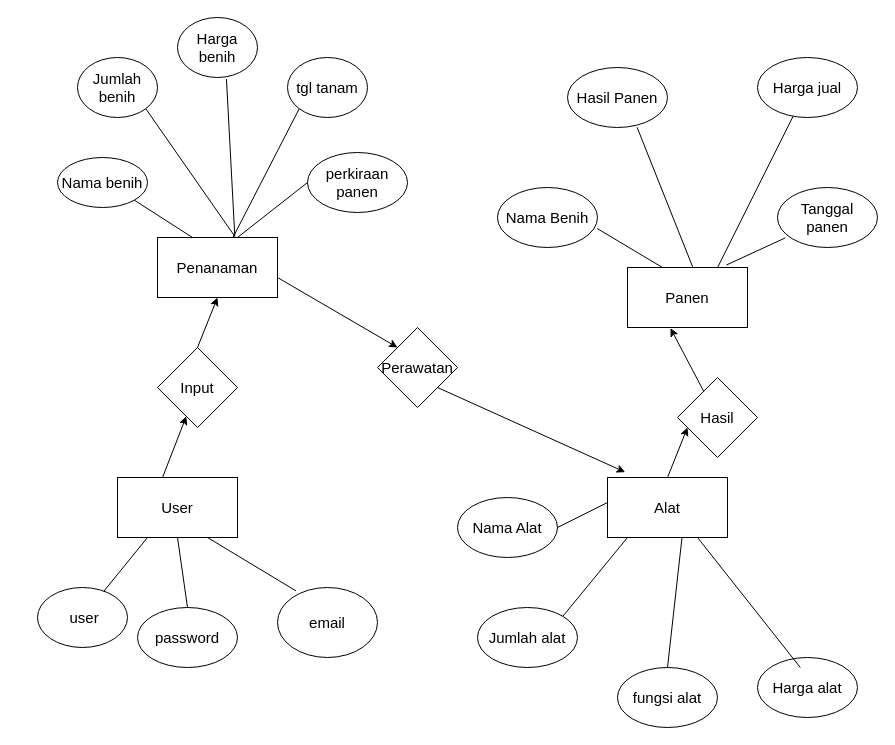
ramabhagadhara/IF214002 keeps this draw.io diagram as pertemuan 2/pertemuan 2.drawio. Above is the earlier version. Source tidied: cells renumbered, new cells numbered last; positions are measured from the earlier drawing's top-left corner, leaving out a move shared by most shapes. Both pictures are drawn from the tidied source at 100%, with x=0, y=0 at pixel (37, 17).
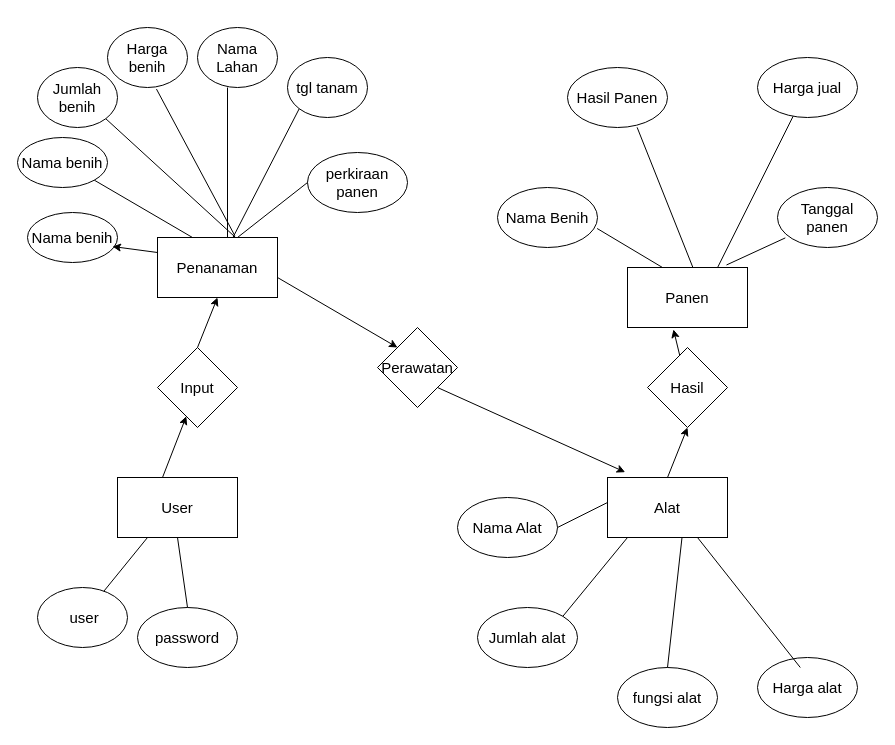
The same page after the edit.

The change refers to these unchanged cells:
```xml
<mxCell id="3" value="Penanaman" style="rounded=0;whiteSpace=wrap;html=1;fontSize=15;" parent="1" vertex="1">
  <mxGeometry x="120" y="220" width="120" height="60" as="geometry" />
</mxCell>
<mxCell id="4" value="Panen" style="rounded=0;whiteSpace=wrap;html=1;fontSize=15;" parent="1" vertex="1">
  <mxGeometry x="590" y="250" width="120" height="60" as="geometry" />
</mxCell>
<mxCell id="15" value="User" style="rounded=0;whiteSpace=wrap;html=1;fontSize=15;" parent="1" vertex="1">
  <mxGeometry x="80" y="460" width="120" height="60" as="geometry" />
</mxCell>
```

Diff of the diagram source:
```diff
@@
     <mxCell id="7" value="Harga benih" style="ellipse;whiteSpace=wrap;html=1;fontSize=15;" parent="1" vertex="1">
-      <mxGeometry x="140" width="80" height="60" as="geometry" />
+      <mxGeometry x="70" y="10" width="80" height="60" as="geometry" />
     </mxCell>
     <mxCell id="8" value="Jumlah benih" style="ellipse;whiteSpace=wrap;html=1;fontSize=15;" parent="1" vertex="1">
-      <mxGeometry x="40" y="40" width="80" height="60" as="geometry" />
+      <mxGeometry y="50" width="80" height="60" as="geometry" />
     </mxCell>
     <mxCell id="9" value="Nama benih" style="ellipse;whiteSpace=wrap;html=1;fontSize=15;" parent="1" vertex="1">
-      <mxGeometry x="20" y="140" width="90" height="50" as="geometry" />
+      <mxGeometry x="-20" y="120" width="90" height="50" as="geometry" />
     </mxCell>
@@
-    <mxCell id="34" value="email" style="ellipse;whiteSpace=wrap;html=1;fontSize=15;" parent="1" vertex="1">
-      <mxGeometry x="240" y="570" width="100" height="70" as="geometry" />
-    </mxCell>
@@
-    <mxCell id="37" style="endArrow=none;html=1;rounded=0;fontSize=15;entryX=0.184;entryY=0.048;entryDx=0;entryDy=0;exitX=0.75;exitY=1;exitDx=0;exitDy=0;entryPerimeter=0;" parent="1" edge="1" source="15" target="34">
-      <mxGeometry relative="1" as="geometry" />
-    </mxCell>
@@
     <mxCell id="45" value="Hasil" style="rhombus;whiteSpace=wrap;html=1;fontSize=15;" parent="1" vertex="1">
-      <mxGeometry x="640" y="360" width="80" height="80" as="geometry" />
+      <mxGeometry x="610" y="330" width="80" height="80" as="geometry" />
     </mxCell>
-    <mxCell id="46" style="endArrow=classic;html=1;rounded=0;fontSize=15;entryX=0.358;entryY=1.011;entryDx=0;entryDy=0;entryPerimeter=0;" parent="1" edge="1" source="45" target="4">
+    <mxCell id="46" style="endArrow=classic;html=1;rounded=0;fontSize=15;entryX=0.383;entryY=1.033;entryDx=0;entryDy=0;entryPerimeter=0;" parent="1" edge="1" source="45" target="4">
       <mxGeometry relative="1" as="geometry" />
     </mxCell>
+    <mxCell id="47" value="Nama Lahan" style="ellipse;whiteSpace=wrap;html=1;fontSize=15;" parent="1" vertex="1">
+      <mxGeometry x="160" y="10" width="80" height="60" as="geometry" />
+    </mxCell>
+    <mxCell id="48" style="endArrow=none;html=1;rounded=0;fontSize=15;entryX=0.612;entryY=1.026;entryDx=0;entryDy=0;entryPerimeter=0;" parent="1" edge="1">
+      <mxGeometry relative="1" as="geometry">
+        <mxPoint x="190" y="220" as="sourcePoint" />
+        <mxPoint x="190" y="70" as="targetPoint" />
+      </mxGeometry>
+    </mxCell>
+    <mxCell id="49" value="Nama benih" style="ellipse;whiteSpace=wrap;html=1;fontSize=15;" parent="1" vertex="1">
+      <mxGeometry x="-10" y="195" width="90" height="50" as="geometry" />
+    </mxCell>
+    <mxCell id="50" style="endArrow=classic;html=1;rounded=0;exitX=0;exitY=0.25;exitDx=0;exitDy=0;" parent="1" edge="1" source="3">
+      <mxGeometry relative="1" as="geometry">
+        <mxPoint x="75" y="229" as="targetPoint" />
+      </mxGeometry>
+    </mxCell>
```
